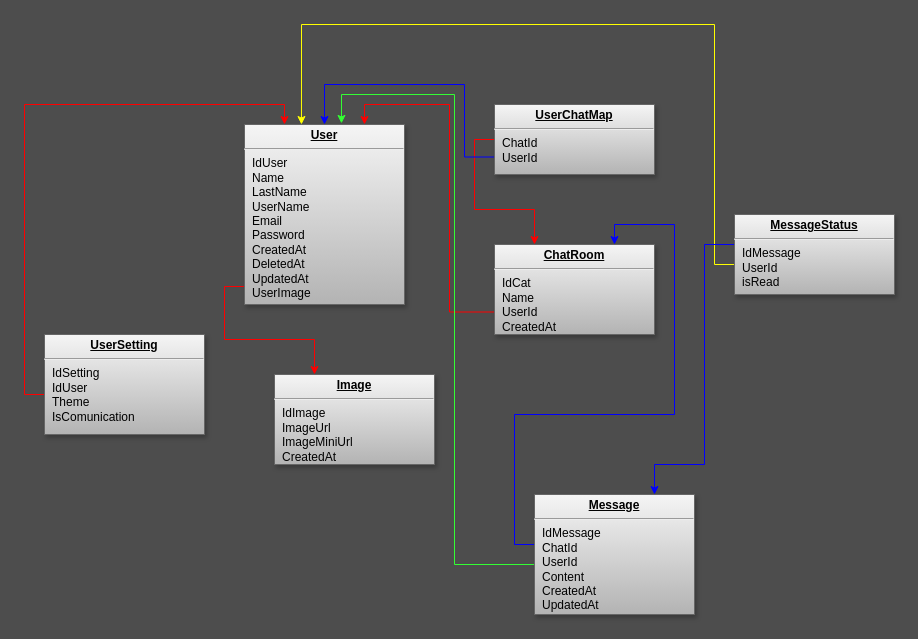
This is NetXillDatabase.drawio from mist941/NetXillMessenger, a draw.io file, before an edit. Source tidied: cells renumbered, new cells numbered last; positions are measured from the earlier drawing's top-left corner, leaving out a move shared by most shapes. Both pictures are drawn from the tidied source at 100%, with x=0, y=0 at pixel (24, 24).
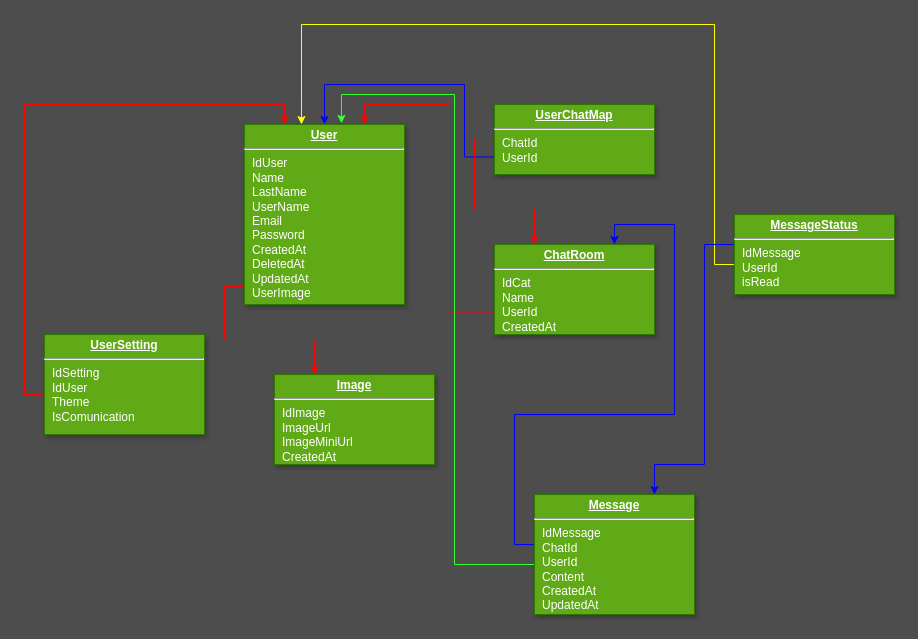
The same diagram, later.

Change to the diagram source:
```diff
@@
-    <mxCell id="3" value="&lt;p style=&quot;margin: 0px ; margin-top: 4px ; text-align: center ; text-decoration: underline&quot;&gt;&lt;b&gt;User&lt;/b&gt;&lt;/p&gt;&lt;hr&gt;&lt;p style=&quot;margin: 0px ; margin-left: 8px&quot;&gt;IdUser&lt;/p&gt;&lt;p style=&quot;margin: 0px ; margin-left: 8px&quot;&gt;Name&lt;/p&gt;&lt;p style=&quot;margin: 0px ; margin-left: 8px&quot;&gt;LastName&lt;/p&gt;&lt;p style=&quot;margin: 0px ; margin-left: 8px&quot;&gt;UserName&lt;/p&gt;&lt;p style=&quot;margin: 0px ; margin-left: 8px&quot;&gt;Email&lt;/p&gt;&lt;p style=&quot;margin: 0px ; margin-left: 8px&quot;&gt;Password&lt;/p&gt;&lt;p style=&quot;margin: 0px ; margin-left: 8px&quot;&gt;CreatedAt&lt;/p&gt;&lt;p style=&quot;margin: 0px ; margin-left: 8px&quot;&gt;DeletedAt&lt;/p&gt;&lt;p style=&quot;margin: 0px ; margin-left: 8px&quot;&gt;UpdatedAt&lt;/p&gt;&lt;p style=&quot;margin: 0px ; margin-left: 8px&quot;&gt;UserImage&lt;/p&gt;" style="verticalAlign=top;align=left;overflow=fill;fontSize=12;fontFamily=Helvetica;html=1;shadow=1;fillColor=#f5f5f5;strokeColor=#666666;gradientColor=#b3b3b3;" parent="1" vertex="1">
+    <mxCell id="3" value="&lt;p style=&quot;margin: 0px ; margin-top: 4px ; text-align: center ; text-decoration: underline&quot;&gt;&lt;b&gt;User&lt;/b&gt;&lt;/p&gt;&lt;hr&gt;&lt;p style=&quot;margin: 0px ; margin-left: 8px&quot;&gt;IdUser&lt;/p&gt;&lt;p style=&quot;margin: 0px ; margin-left: 8px&quot;&gt;Name&lt;/p&gt;&lt;p style=&quot;margin: 0px ; margin-left: 8px&quot;&gt;LastName&lt;/p&gt;&lt;p style=&quot;margin: 0px ; margin-left: 8px&quot;&gt;UserName&lt;/p&gt;&lt;p style=&quot;margin: 0px ; margin-left: 8px&quot;&gt;Email&lt;/p&gt;&lt;p style=&quot;margin: 0px ; margin-left: 8px&quot;&gt;Password&lt;/p&gt;&lt;p style=&quot;margin: 0px ; margin-left: 8px&quot;&gt;CreatedAt&lt;/p&gt;&lt;p style=&quot;margin: 0px ; margin-left: 8px&quot;&gt;DeletedAt&lt;/p&gt;&lt;p style=&quot;margin: 0px ; margin-left: 8px&quot;&gt;UpdatedAt&lt;/p&gt;&lt;p style=&quot;margin: 0px ; margin-left: 8px&quot;&gt;UserImage&lt;/p&gt;" style="verticalAlign=top;align=left;overflow=fill;fontSize=12;fontFamily=Helvetica;html=1;shadow=1;fillColor=#60a917;strokeColor=#2D7600;fontColor=#ffffff;" parent="1" vertex="1">
       <mxGeometry x="220" y="100" width="160" height="180" as="geometry" />
     </mxCell>
@@
-    <mxCell id="5" value="&lt;p style=&quot;margin: 0px ; margin-top: 4px ; text-align: center ; text-decoration: underline&quot;&gt;&lt;b&gt;UserSetting&lt;/b&gt;&lt;/p&gt;&lt;hr&gt;&lt;p style=&quot;margin: 0px ; margin-left: 8px&quot;&gt;IdSetting&lt;/p&gt;&lt;p style=&quot;margin: 0px ; margin-left: 8px&quot;&gt;IdUser&lt;/p&gt;&lt;p style=&quot;margin: 0px ; margin-left: 8px&quot;&gt;Theme&lt;/p&gt;&lt;p style=&quot;margin: 0px ; margin-left: 8px&quot;&gt;IsComunication&lt;/p&gt;" style="verticalAlign=top;align=left;overflow=fill;fontSize=12;fontFamily=Helvetica;html=1;strokeColor=#666666;shadow=1;fillColor=#f5f5f5;gradientColor=#b3b3b3;" parent="1" vertex="1">
+    <mxCell id="5" value="&lt;p style=&quot;margin: 0px ; margin-top: 4px ; text-align: center ; text-decoration: underline&quot;&gt;&lt;b&gt;UserSetting&lt;/b&gt;&lt;/p&gt;&lt;hr&gt;&lt;p style=&quot;margin: 0px ; margin-left: 8px&quot;&gt;IdSetting&lt;/p&gt;&lt;p style=&quot;margin: 0px ; margin-left: 8px&quot;&gt;IdUser&lt;/p&gt;&lt;p style=&quot;margin: 0px ; margin-left: 8px&quot;&gt;Theme&lt;/p&gt;&lt;p style=&quot;margin: 0px ; margin-left: 8px&quot;&gt;IsComunication&lt;/p&gt;" style="verticalAlign=top;align=left;overflow=fill;fontSize=12;fontFamily=Helvetica;html=1;strokeColor=#2D7600;shadow=1;fillColor=#60a917;fontColor=#ffffff;" parent="1" vertex="1">
       <mxGeometry x="20" y="310" width="160" height="100" as="geometry" />
     </mxCell>
-    <mxCell id="6" value="&lt;p style=&quot;margin: 0px ; margin-top: 4px ; text-align: center ; text-decoration: underline&quot;&gt;&lt;b&gt;Image&lt;/b&gt;&lt;/p&gt;&lt;hr&gt;&lt;p style=&quot;margin: 0px ; margin-left: 8px&quot;&gt;IdImage&lt;/p&gt;&lt;p style=&quot;margin: 0px ; margin-left: 8px&quot;&gt;ImageUrl&lt;/p&gt;&lt;p style=&quot;margin: 0px ; margin-left: 8px&quot;&gt;ImageMiniUrl&lt;/p&gt;&lt;p style=&quot;margin: 0px ; margin-left: 8px&quot;&gt;CreatedAt&lt;/p&gt;" style="verticalAlign=top;align=left;overflow=fill;fontSize=12;fontFamily=Helvetica;html=1;strokeColor=#666666;shadow=1;fillColor=#f5f5f5;gradientColor=#b3b3b3;" parent="1" vertex="1">
+    <mxCell id="6" value="&lt;p style=&quot;margin: 0px ; margin-top: 4px ; text-align: center ; text-decoration: underline&quot;&gt;&lt;b&gt;Image&lt;/b&gt;&lt;/p&gt;&lt;hr&gt;&lt;p style=&quot;margin: 0px ; margin-left: 8px&quot;&gt;IdImage&lt;/p&gt;&lt;p style=&quot;margin: 0px ; margin-left: 8px&quot;&gt;ImageUrl&lt;/p&gt;&lt;p style=&quot;margin: 0px ; margin-left: 8px&quot;&gt;ImageMiniUrl&lt;/p&gt;&lt;p style=&quot;margin: 0px ; margin-left: 8px&quot;&gt;CreatedAt&lt;/p&gt;" style="verticalAlign=top;align=left;overflow=fill;fontSize=12;fontFamily=Helvetica;html=1;strokeColor=#2D7600;shadow=1;fillColor=#60a917;fontColor=#ffffff;" parent="1" vertex="1">
       <mxGeometry x="250" y="350" width="160" height="90" as="geometry" />
     </mxCell>
@@
-    <mxCell id="8" value="&lt;p style=&quot;margin: 0px ; margin-top: 4px ; text-align: center ; text-decoration: underline&quot;&gt;&lt;b&gt;ChatRoom&lt;/b&gt;&lt;/p&gt;&lt;hr&gt;&lt;p style=&quot;margin: 0px ; margin-left: 8px&quot;&gt;IdCat&lt;/p&gt;&lt;p style=&quot;margin: 0px ; margin-left: 8px&quot;&gt;Name&lt;/p&gt;&lt;p style=&quot;margin: 0px ; margin-left: 8px&quot;&gt;UserId&lt;/p&gt;&lt;p style=&quot;margin: 0px ; margin-left: 8px&quot;&gt;CreatedAt&lt;/p&gt;" style="verticalAlign=top;align=left;overflow=fill;fontSize=12;fontFamily=Helvetica;html=1;strokeColor=#666666;shadow=1;fillColor=#f5f5f5;gradientColor=#b3b3b3;" parent="1" vertex="1">
+    <mxCell id="8" value="&lt;p style=&quot;margin: 0px ; margin-top: 4px ; text-align: center ; text-decoration: underline&quot;&gt;&lt;b&gt;ChatRoom&lt;/b&gt;&lt;/p&gt;&lt;hr&gt;&lt;p style=&quot;margin: 0px ; margin-left: 8px&quot;&gt;IdCat&lt;/p&gt;&lt;p style=&quot;margin: 0px ; margin-left: 8px&quot;&gt;Name&lt;/p&gt;&lt;p style=&quot;margin: 0px ; margin-left: 8px&quot;&gt;UserId&lt;/p&gt;&lt;p style=&quot;margin: 0px ; margin-left: 8px&quot;&gt;CreatedAt&lt;/p&gt;" style="verticalAlign=top;align=left;overflow=fill;fontSize=12;fontFamily=Helvetica;html=1;strokeColor=#2D7600;shadow=1;fillColor=#60a917;fontColor=#ffffff;" parent="1" vertex="1">
       <mxGeometry x="470" y="220" width="160" height="90" as="geometry" />
     </mxCell>
@@
-    <mxCell id="11" value="&lt;p style=&quot;margin: 0px ; margin-top: 4px ; text-align: center ; text-decoration: underline&quot;&gt;&lt;b&gt;UserChatMap&lt;/b&gt;&lt;/p&gt;&lt;hr&gt;&lt;p style=&quot;margin: 0px ; margin-left: 8px&quot;&gt;ChatId&lt;/p&gt;&lt;p style=&quot;margin: 0px ; margin-left: 8px&quot;&gt;UserId&lt;/p&gt;" style="verticalAlign=top;align=left;overflow=fill;fontSize=12;fontFamily=Helvetica;html=1;strokeColor=#666666;shadow=1;fillColor=#f5f5f5;gradientColor=#b3b3b3;" parent="1" vertex="1">
+    <mxCell id="11" value="&lt;p style=&quot;margin: 0px ; margin-top: 4px ; text-align: center ; text-decoration: underline&quot;&gt;&lt;b&gt;UserChatMap&lt;/b&gt;&lt;/p&gt;&lt;hr&gt;&lt;p style=&quot;margin: 0px ; margin-left: 8px&quot;&gt;ChatId&lt;/p&gt;&lt;p style=&quot;margin: 0px ; margin-left: 8px&quot;&gt;UserId&lt;/p&gt;" style="verticalAlign=top;align=left;overflow=fill;fontSize=12;fontFamily=Helvetica;html=1;strokeColor=#2D7600;shadow=1;fillColor=#60a917;fontColor=#ffffff;" parent="1" vertex="1">
       <mxGeometry x="470" y="80" width="160" height="70" as="geometry" />
     </mxCell>
@@
-    <mxCell id="14" value="&lt;p style=&quot;margin: 0px ; margin-top: 4px ; text-align: center ; text-decoration: underline&quot;&gt;&lt;b&gt;Message&lt;/b&gt;&lt;/p&gt;&lt;hr&gt;&lt;p style=&quot;margin: 0px ; margin-left: 8px&quot;&gt;IdMessage&lt;/p&gt;&lt;p style=&quot;margin: 0px ; margin-left: 8px&quot;&gt;ChatId&lt;/p&gt;&lt;p style=&quot;margin: 0px ; margin-left: 8px&quot;&gt;UserId&lt;/p&gt;&lt;p style=&quot;margin: 0px ; margin-left: 8px&quot;&gt;Content&lt;/p&gt;&lt;p style=&quot;margin: 0px ; margin-left: 8px&quot;&gt;CreatedAt&lt;/p&gt;&lt;p style=&quot;margin: 0px ; margin-left: 8px&quot;&gt;UpdatedAt&lt;/p&gt;" style="verticalAlign=top;align=left;overflow=fill;fontSize=12;fontFamily=Helvetica;html=1;strokeColor=#666666;shadow=1;fillColor=#f5f5f5;gradientColor=#b3b3b3;" parent="1" vertex="1">
+    <mxCell id="14" value="&lt;p style=&quot;margin: 0px ; margin-top: 4px ; text-align: center ; text-decoration: underline&quot;&gt;&lt;b&gt;Message&lt;/b&gt;&lt;/p&gt;&lt;hr&gt;&lt;p style=&quot;margin: 0px ; margin-left: 8px&quot;&gt;IdMessage&lt;/p&gt;&lt;p style=&quot;margin: 0px ; margin-left: 8px&quot;&gt;ChatId&lt;/p&gt;&lt;p style=&quot;margin: 0px ; margin-left: 8px&quot;&gt;UserId&lt;/p&gt;&lt;p style=&quot;margin: 0px ; margin-left: 8px&quot;&gt;Content&lt;/p&gt;&lt;p style=&quot;margin: 0px ; margin-left: 8px&quot;&gt;CreatedAt&lt;/p&gt;&lt;p style=&quot;margin: 0px ; margin-left: 8px&quot;&gt;UpdatedAt&lt;/p&gt;" style="verticalAlign=top;align=left;overflow=fill;fontSize=12;fontFamily=Helvetica;html=1;strokeColor=#2D7600;shadow=1;fillColor=#60a917;fontColor=#ffffff;" parent="1" vertex="1">
       <mxGeometry x="510" y="470" width="160" height="120" as="geometry" />
     </mxCell>
@@
-    <mxCell id="17" value="&lt;p style=&quot;margin: 0px ; margin-top: 4px ; text-align: center ; text-decoration: underline&quot;&gt;&lt;b&gt;MessageStatus&lt;/b&gt;&lt;/p&gt;&lt;hr&gt;&lt;p style=&quot;margin: 0px ; margin-left: 8px&quot;&gt;IdMessage&lt;/p&gt;&lt;p style=&quot;margin: 0px ; margin-left: 8px&quot;&gt;UserId&lt;/p&gt;&lt;p style=&quot;margin: 0px ; margin-left: 8px&quot;&gt;isRead&lt;/p&gt;" style="verticalAlign=top;align=left;overflow=fill;fontSize=12;fontFamily=Helvetica;html=1;strokeColor=#666666;shadow=1;fillColor=#f5f5f5;gradientColor=#b3b3b3;" parent="1" vertex="1">
+    <mxCell id="17" value="&lt;p style=&quot;margin: 0px ; margin-top: 4px ; text-align: center ; text-decoration: underline&quot;&gt;&lt;b&gt;MessageStatus&lt;/b&gt;&lt;/p&gt;&lt;hr&gt;&lt;p style=&quot;margin: 0px ; margin-left: 8px&quot;&gt;IdMessage&lt;/p&gt;&lt;p style=&quot;margin: 0px ; margin-left: 8px&quot;&gt;UserId&lt;/p&gt;&lt;p style=&quot;margin: 0px ; margin-left: 8px&quot;&gt;isRead&lt;/p&gt;" style="verticalAlign=top;align=left;overflow=fill;fontSize=12;fontFamily=Helvetica;html=1;strokeColor=#2D7600;shadow=1;fillColor=#60a917;fontColor=#ffffff;" parent="1" vertex="1">
       <mxGeometry x="710" y="190" width="160" height="80" as="geometry" />
     </mxCell>
```
